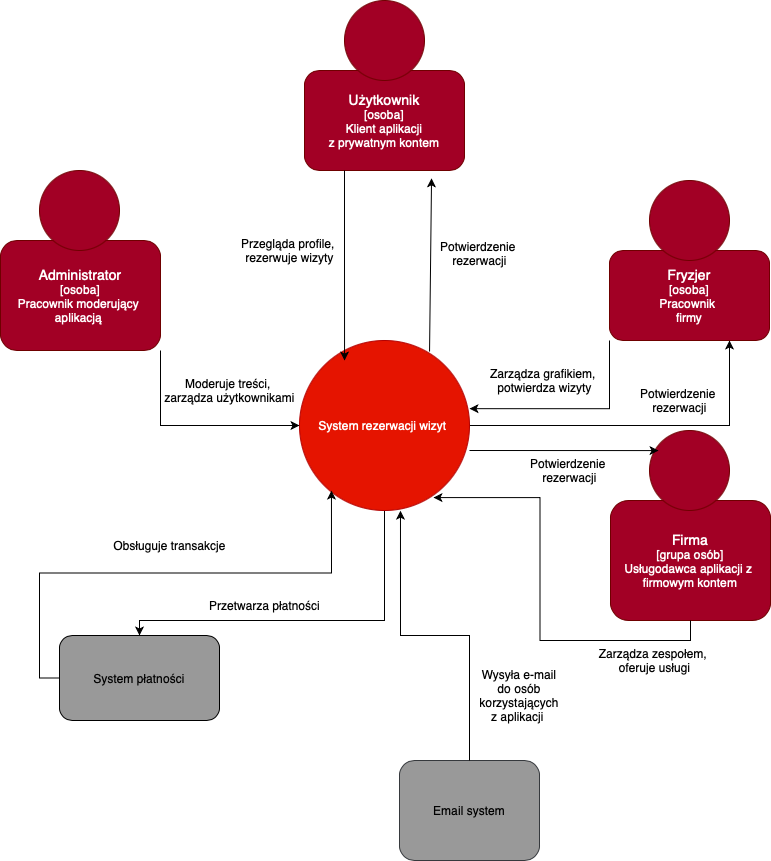
Before: Diagramy/ContextDiagram.png, a diagram exported from draw.io (batushka11/IO). Source tidied: cells renumbered, new cells last; positions are measured from the earlier drawing's top-left corner, leaving out a move shared by most shapes.
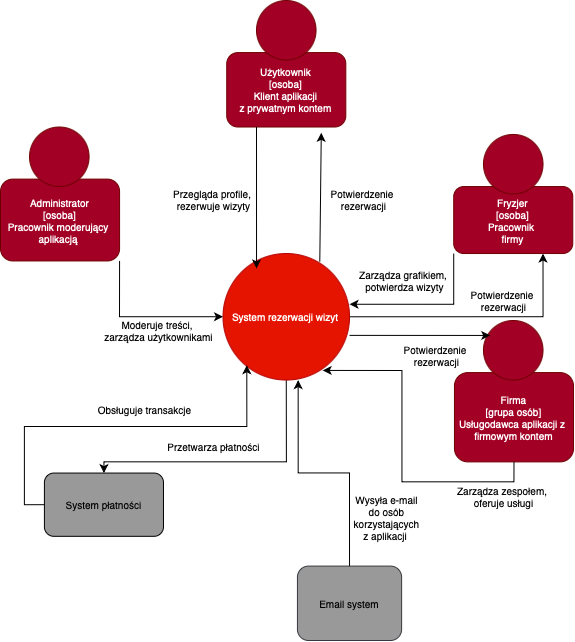
The same file after the commit.

What changed in the source:
```diff
@@ -2,104 +2,107 @@
   <root>
     <mxCell id="0" />
     <mxCell id="1" parent="0" />
+    <mxCell id="33" style="group;fontSize=10;" parent="1" vertex="1">
+      <mxGeometry x="302" y="50" width="573" height="640" as="geometry" />
+    </mxCell>
-    <mxCell id="2" style="edgeStyle=orthogonalEdgeStyle;rounded=0;jettySize=auto;html=1;exitX=1;exitY=0.5;exitDx=0;exitDy=0;entryX=0.75;entryY=1;entryDx=0;entryDy=0;" parent="1" edge="1" source="4" target="7">
+    <mxCell id="2" style="edgeStyle=orthogonalEdgeStyle;rounded=0;jettySize=auto;html=1;exitX=1;exitY=0.5;exitDx=0;exitDy=0;entryX=0.75;entryY=1;entryDx=0;entryDy=0;fontSize=10;" parent="33" edge="1" source="4" target="7">
       <mxGeometry relative="1" as="geometry" />
     </mxCell>
-    <mxCell id="3" style="edgeStyle=orthogonalEdgeStyle;rounded=0;jettySize=auto;html=1;exitX=0.5;exitY=1;exitDx=0;exitDy=0;" parent="1" edge="1" source="4" target="5">
+    <mxCell id="3" style="edgeStyle=orthogonalEdgeStyle;rounded=0;jettySize=auto;html=1;exitX=0.5;exitY=1;exitDx=0;exitDy=0;fontSize=10;" parent="33" edge="1" source="4" target="5">
       <mxGeometry relative="1" as="geometry">
         <Array as="points">
-          <mxPoint x="384" y="620" />
-          <mxPoint x="139" y="620" />
+          <mxPoint x="285.8" y="461.4" />
+          <mxPoint x="103.4" y="461.4" />
         </Array>
       </mxGeometry>
     </mxCell>
-    <mxCell id="4" value="System rezerwacji wizyt&amp;nbsp;" style="ellipse;whiteSpace=wrap;html=1;fillColor=#e51400;strokeColor=#B20000;fontColor=#ffffff;" parent="1" vertex="1">
-      <mxGeometry x="299" y="340" width="170" height="170" as="geometry" />
+    <mxCell id="4" value="System rezerwacji wizyt&amp;nbsp;" style="ellipse;whiteSpace=wrap;html=1;fillColor=#e51400;strokeColor=#B20000;fontColor=#ffffff;fontSize=10;" parent="33" vertex="1">
+      <mxGeometry x="222.5" y="253" width="126.5" height="126.5" as="geometry" />
     </mxCell>
-    <mxCell id="5" value="System płatności" style="rounded=1;whiteSpace=wrap;html=1;fillColor=#999999;" parent="1" vertex="1">
-      <mxGeometry x="59" y="635" width="160" height="85" as="geometry" />
+    <mxCell id="5" value="System płatności" style="rounded=1;whiteSpace=wrap;html=1;fillColor=#999999;fontSize=10;" parent="33" vertex="1">
+      <mxGeometry x="43.9" y="472.6" width="119.1" height="63.3" as="geometry" />
     </mxCell>
-    <mxCell id="6" value="&lt;font style=&quot;font-size: 14px;&quot;&gt;Firma&lt;/font&gt;&lt;div&gt;[grupa osób]&lt;/div&gt;&lt;div&gt;Usługodawca aplikacji z&amp;nbsp;&lt;/div&gt;&lt;div&gt;firmowym kontem&lt;/div&gt;" style="rounded=1;whiteSpace=wrap;html=1;fillColor=#a20025;fontColor=#ffffff;strokeColor=#6F0000;" parent="1" vertex="1">
-      <mxGeometry x="610" y="500" width="160" height="120" as="geometry" />
+    <mxCell id="6" value="&lt;font&gt;Firma&lt;/font&gt;&lt;div&gt;[grupa osób]&lt;/div&gt;&lt;div&gt;Usługodawca aplikacji z&amp;nbsp;&lt;/div&gt;&lt;div&gt;firmowym kontem&lt;/div&gt;" style="rounded=1;whiteSpace=wrap;html=1;fillColor=#a20025;fontColor=#ffffff;strokeColor=#6F0000;fontSize=10;" parent="33" vertex="1">
+      <mxGeometry x="454" y="372.1" width="119.1" height="89.3" as="geometry" />
     </mxCell>
-    <mxCell id="7" value="&lt;font style=&quot;font-size: 14px;&quot;&gt;Fryzjer&lt;/font&gt;&lt;div&gt;[osoba]&lt;/div&gt;&lt;div&gt;Pracownik&amp;nbsp;&lt;/div&gt;&lt;div&gt;firmy&lt;/div&gt;" style="rounded=1;whiteSpace=wrap;html=1;fillColor=#a20025;fontColor=#ffffff;strokeColor=#6F0000;" parent="1" vertex="1">
-      <mxGeometry x="609" y="250" width="160" height="90" as="geometry" />
+    <mxCell id="7" value="&lt;font&gt;Fryzjer&lt;/font&gt;&lt;div&gt;[osoba]&lt;/div&gt;&lt;div&gt;Pracownik&amp;nbsp;&lt;/div&gt;&lt;div&gt;firmy&lt;/div&gt;" style="rounded=1;whiteSpace=wrap;html=1;fillColor=#a20025;fontColor=#ffffff;strokeColor=#6F0000;fontSize=10;" parent="33" vertex="1">
+      <mxGeometry x="453.2" y="186" width="119.1" height="67" as="geometry" />
     </mxCell>
-    <mxCell id="8" style="edgeStyle=orthogonalEdgeStyle;rounded=0;jettySize=auto;html=1;exitX=1;exitY=1;exitDx=0;exitDy=0;" parent="1" edge="1" source="9" target="4">
+    <mxCell id="8" style="edgeStyle=orthogonalEdgeStyle;rounded=0;jettySize=auto;html=1;exitX=1;exitY=1;exitDx=0;exitDy=0;fontSize=10;" parent="33" edge="1" source="9" target="4">
       <mxGeometry relative="1" as="geometry" />
     </mxCell>
-    <mxCell id="9" value="&lt;font style=&quot;font-size: 14px;&quot;&gt;Administrator&lt;/font&gt;&lt;div&gt;[osoba]&lt;/div&gt;&lt;div&gt;Pracownik moderujący&amp;nbsp;&lt;/div&gt;&lt;div&gt;aplikacją&amp;nbsp;&lt;/div&gt;" style="rounded=1;whiteSpace=wrap;html=1;fillColor=#a20025;fontColor=#ffffff;strokeColor=#6F0000;" parent="1" vertex="1">
-      <mxGeometry y="240" width="160" height="110" as="geometry" />
+    <mxCell id="9" value="&lt;font&gt;Administrator&lt;/font&gt;&lt;div&gt;[osoba]&lt;/div&gt;&lt;div&gt;Pracownik moderujący&amp;nbsp;&lt;/div&gt;&lt;div&gt;aplikacją&amp;nbsp;&lt;/div&gt;" style="rounded=1;whiteSpace=wrap;html=1;fillColor=#a20025;fontColor=#ffffff;strokeColor=#6F0000;fontSize=10;" parent="33" vertex="1">
+      <mxGeometry y="178.6" width="119.1" height="81.9" as="geometry" />
     </mxCell>
-    <mxCell id="10" value="&lt;font style=&quot;font-size: 14px;&quot;&gt;Użytkownik&lt;/font&gt;&lt;div&gt;[osoba]&lt;/div&gt;&lt;div&gt;Klient aplikacji&lt;/div&gt;&lt;div&gt;z prywatnym kontem&lt;/div&gt;" style="rounded=1;whiteSpace=wrap;html=1;fillColor=#a20025;fontColor=#ffffff;strokeColor=#6F0000;" parent="1" vertex="1">
-      <mxGeometry x="304" y="70" width="160" height="100" as="geometry" />
+    <mxCell id="10" value="&lt;font&gt;Użytkownik&lt;/font&gt;&lt;div&gt;[osoba]&lt;/div&gt;&lt;div&gt;Klient aplikacji&lt;/div&gt;&lt;div&gt;z prywatnym kontem&lt;/div&gt;" style="rounded=1;whiteSpace=wrap;html=1;fillColor=#a20025;fontColor=#ffffff;strokeColor=#6F0000;fontSize=10;" parent="33" vertex="1">
+      <mxGeometry x="226.2" y="52.1" width="119.1" height="74.4" as="geometry" />
     </mxCell>
-    <mxCell id="11" style="edgeStyle=orthogonalEdgeStyle;rounded=0;jettySize=auto;html=1;exitX=0.25;exitY=1;exitDx=0;exitDy=0;entryX=0.265;entryY=0.118;entryDx=0;entryDy=0;entryPerimeter=0;" parent="1" edge="1" source="10" target="4">
+    <mxCell id="11" style="edgeStyle=orthogonalEdgeStyle;rounded=0;jettySize=auto;html=1;exitX=0.25;exitY=1;exitDx=0;exitDy=0;entryX=0.265;entryY=0.118;entryDx=0;entryDy=0;entryPerimeter=0;fontSize=10;" parent="33" edge="1" source="10" target="4">
       <mxGeometry relative="1" as="geometry" />
     </mxCell>
-    <mxCell id="12" style="endArrow=classic;html=1;rounded=0;entryX=0.794;entryY=1.078;entryDx=0;entryDy=0;exitX=0.765;exitY=0.065;exitDx=0;exitDy=0;exitPerimeter=0;entryPerimeter=0;" parent="1" edge="1" source="4" target="10">
+    <mxCell id="12" style="endArrow=classic;html=1;rounded=0;entryX=0.794;entryY=1.078;entryDx=0;entryDy=0;exitX=0.765;exitY=0.065;exitDx=0;exitDy=0;exitPerimeter=0;entryPerimeter=0;fontSize=10;" parent="33" edge="1" source="4" target="10">
       <mxGeometry relative="1" as="geometry" />
     </mxCell>
-    <mxCell id="13" style="edgeStyle=orthogonalEdgeStyle;rounded=0;jettySize=auto;html=1;exitX=0;exitY=1;exitDx=0;exitDy=0;entryX=1;entryY=0.401;entryDx=0;entryDy=0;entryPerimeter=0;" parent="1" edge="1" source="7" target="4">
+    <mxCell id="13" style="edgeStyle=orthogonalEdgeStyle;rounded=0;jettySize=auto;html=1;exitX=0;exitY=1;exitDx=0;exitDy=0;entryX=1;entryY=0.401;entryDx=0;entryDy=0;entryPerimeter=0;fontSize=10;" parent="33" edge="1" source="7" target="4">
       <mxGeometry relative="1" as="geometry" />
     </mxCell>
-    <mxCell id="14" style="edgeStyle=orthogonalEdgeStyle;rounded=0;jettySize=auto;html=1;exitX=0.5;exitY=1;exitDx=0;exitDy=0;entryX=0.788;entryY=0.924;entryDx=0;entryDy=0;entryPerimeter=0;" parent="1" edge="1" source="6" target="4">
+    <mxCell id="14" style="edgeStyle=orthogonalEdgeStyle;rounded=0;jettySize=auto;html=1;exitX=0.5;exitY=1;exitDx=0;exitDy=0;entryX=0.788;entryY=0.924;entryDx=0;entryDy=0;entryPerimeter=0;fontSize=10;" parent="33" edge="1" source="6" target="4">
       <mxGeometry relative="1" as="geometry" />
     </mxCell>
-    <mxCell id="15" style="edgeStyle=orthogonalEdgeStyle;rounded=0;jettySize=auto;html=1;exitX=0;exitY=0.5;exitDx=0;exitDy=0;entryX=0.188;entryY=0.883;entryDx=0;entryDy=0;entryPerimeter=0;" parent="1" edge="1" source="5" target="4">
+    <mxCell id="15" style="edgeStyle=orthogonalEdgeStyle;rounded=0;jettySize=auto;html=1;exitX=0;exitY=0.5;exitDx=0;exitDy=0;entryX=0.188;entryY=0.883;entryDx=0;entryDy=0;entryPerimeter=0;fontSize=10;" parent="33" edge="1" source="5" target="4">
       <mxGeometry relative="1" as="geometry" />
     </mxCell>
-    <mxCell id="16" value="Przegląda profile,&amp;nbsp;&lt;div&gt;rezerwuje wizyty&lt;/div&gt;" style="text;html=1;align=center;verticalAlign=middle;strokeColor=none;fillColor=none;" parent="1" vertex="1">
-      <mxGeometry x="229" y="230" width="120" height="40" as="geometry" />
+    <mxCell id="16" value="Przegląda profile,&amp;nbsp;&lt;div&gt;rezerwuje wizyty&lt;/div&gt;" style="text;html=1;align=center;verticalAlign=middle;strokeColor=none;fillColor=none;fontSize=10;" parent="33" vertex="1">
+      <mxGeometry x="163" y="178.6" width="100" height="40" as="geometry" />
     </mxCell>
-    <mxCell id="17" value="Potwierdzenie&amp;nbsp;&lt;div&gt;rezerwacji&lt;/div&gt;" style="text;html=1;align=center;verticalAlign=middle;strokeColor=none;fillColor=none;" parent="1" vertex="1">
-      <mxGeometry x="429" y="233" width="100" height="40" as="geometry" />
+    <mxCell id="17" value="Potwierdzenie&amp;nbsp;&lt;div&gt;rezerwacji&lt;/div&gt;" style="text;html=1;align=center;verticalAlign=middle;strokeColor=none;fillColor=none;fontSize=10;" parent="33" vertex="1">
+      <mxGeometry x="318" y="178.6" width="90" height="40" as="geometry" />
     </mxCell>
-    <mxCell id="18" value="Zarządza grafikiem,&amp;nbsp;&lt;div&gt;potwierdza wizyty&lt;/div&gt;" style="text;html=1;align=center;verticalAlign=middle;strokeColor=none;fillColor=none;" parent="1" vertex="1">
-      <mxGeometry x="479" y="360" width="130" height="40" as="geometry" />
+    <mxCell id="18" value="Zarządza grafikiem,&amp;nbsp;&lt;div&gt;potwierdza wizyty&lt;/div&gt;" style="text;html=1;align=center;verticalAlign=middle;strokeColor=none;fillColor=none;fontSize=10;" parent="33" vertex="1">
+      <mxGeometry x="349" y="260.5" width="110" height="40" as="geometry" />
     </mxCell>
-    <mxCell id="19" value="Potwierdzenie&amp;nbsp;&lt;div&gt;rezerwacji&lt;/div&gt;" style="text;html=1;align=center;verticalAlign=middle;strokeColor=none;fillColor=none;" parent="1" vertex="1">
-      <mxGeometry x="629" y="380" width="100" height="40" as="geometry" />
+    <mxCell id="19" value="Potwierdzenie&amp;nbsp;&lt;div&gt;rezerwacji&lt;/div&gt;" style="text;html=1;align=center;verticalAlign=middle;strokeColor=none;fillColor=none;fontSize=10;" parent="33" vertex="1">
+      <mxGeometry x="458.3" y="280" width="90" height="40" as="geometry" />
     </mxCell>
-    <mxCell id="20" value="Zarządza zespołem,&amp;nbsp;&lt;div&gt;oferuje usługi&lt;/div&gt;" style="text;html=1;align=center;verticalAlign=middle;strokeColor=none;fillColor=none;" parent="1" vertex="1">
-      <mxGeometry x="589" y="640" width="130" height="40" as="geometry" />
+    <mxCell id="20" value="Zarządza zespołem,&amp;nbsp;&lt;div&gt;oferuje usługi&lt;/div&gt;" style="text;html=1;align=center;verticalAlign=middle;strokeColor=none;fillColor=none;fontSize=10;" parent="33" vertex="1">
+      <mxGeometry x="443.3" y="476.3" width="120" height="40" as="geometry" />
     </mxCell>
-    <mxCell id="21" value="Potwierdzenie&amp;nbsp;&lt;div&gt;rezerwacji&lt;/div&gt;" style="text;html=1;align=center;verticalAlign=middle;strokeColor=none;fillColor=none;" parent="1" vertex="1">
-      <mxGeometry x="519" y="450" width="100" height="40" as="geometry" />
+    <mxCell id="21" value="Potwierdzenie&amp;nbsp;&lt;div&gt;rezerwacji&lt;/div&gt;" style="text;html=1;align=center;verticalAlign=middle;strokeColor=none;fillColor=none;fontSize=10;" parent="33" vertex="1">
+      <mxGeometry x="391.2" y="334.9" width="90" height="40" as="geometry" />
     </mxCell>
-    <mxCell id="22" value="Moderuje treści,&amp;nbsp;&lt;div&gt;zarządza użytkownikami&lt;/div&gt;" style="text;html=1;align=center;verticalAlign=middle;strokeColor=none;fillColor=none;" parent="1" vertex="1">
-      <mxGeometry x="154" y="370" width="150" height="40" as="geometry" />
+    <mxCell id="22" value="Moderuje treści,&amp;nbsp;&lt;div&gt;zarządza użytkownikami&lt;/div&gt;" style="text;html=1;align=center;verticalAlign=middle;strokeColor=none;fillColor=none;fontSize=10;" parent="33" vertex="1">
+      <mxGeometry x="92.5" y="310" width="130" height="40" as="geometry" />
     </mxCell>
-    <mxCell id="23" value="Przetwarza płatności" style="text;html=1;align=center;verticalAlign=middle;strokeColor=none;fillColor=none;" parent="1" vertex="1">
-      <mxGeometry x="199" y="590" width="130" height="30" as="geometry" />
+    <mxCell id="23" value="Przetwarza płatności" style="text;html=1;align=center;verticalAlign=middle;strokeColor=none;fillColor=none;fontSize=10;" parent="33" vertex="1">
+      <mxGeometry x="153.1" y="431.4" width="120" height="30" as="geometry" />
     </mxCell>
-    <mxCell id="24" value="Obsługuje transakcje" style="text;html=1;align=center;verticalAlign=middle;strokeColor=none;fillColor=none;" parent="1" vertex="1">
-      <mxGeometry x="99" y="530" width="140" height="30" as="geometry" />
+    <mxCell id="24" value="Obsługuje transakcje" style="text;html=1;align=center;verticalAlign=middle;strokeColor=none;fillColor=none;fontSize=10;" parent="33" vertex="1">
+      <mxGeometry x="83.7" y="394.4" width="120" height="30" as="geometry" />
     </mxCell>
-    <mxCell id="25" style="ellipse;whiteSpace=wrap;html=1;fillColor=#a20025;fontColor=#ffffff;strokeColor=#6F0000;" parent="1" vertex="1">
-      <mxGeometry x="344" width="80" height="80" as="geometry" />
+    <mxCell id="25" style="ellipse;whiteSpace=wrap;html=1;fillColor=#a20025;fontColor=#ffffff;strokeColor=#6F0000;fontSize=10;" parent="33" vertex="1">
+      <mxGeometry x="256" width="59.5" height="59.5" as="geometry" />
     </mxCell>
-    <mxCell id="26" style="ellipse;whiteSpace=wrap;html=1;fillColor=#a20025;fontColor=#ffffff;strokeColor=#6F0000;" parent="1" vertex="1">
-      <mxGeometry x="649" y="180" width="80" height="80" as="geometry" />
+    <mxCell id="26" style="ellipse;whiteSpace=wrap;html=1;fillColor=#a20025;fontColor=#ffffff;strokeColor=#6F0000;fontSize=10;" parent="33" vertex="1">
+      <mxGeometry x="483" y="134" width="59.5" height="59.5" as="geometry" />
     </mxCell>
-    <mxCell id="27" value="Email system" style="rounded=1;whiteSpace=wrap;html=1;fillColor=#999999;strokeColor=#36393d;" parent="1" vertex="1">
-      <mxGeometry x="399" y="760" width="140" height="100" as="geometry" />
+    <mxCell id="27" value="Email system" style="rounded=1;whiteSpace=wrap;html=1;fillColor=#999999;strokeColor=#36393d;fontSize=10;" parent="33" vertex="1">
+      <mxGeometry x="296.9" y="565.6" width="104.2" height="74.4" as="geometry" />
     </mxCell>
-    <mxCell id="28" style="edgeStyle=orthogonalEdgeStyle;rounded=0;jettySize=auto;html=1;exitX=0.5;exitY=0;exitDx=0;exitDy=0;entryX=0.594;entryY=1.001;entryDx=0;entryDy=0;entryPerimeter=0;" parent="1" edge="1" source="27" target="4">
+    <mxCell id="28" style="edgeStyle=orthogonalEdgeStyle;rounded=0;jettySize=auto;html=1;exitX=0.5;exitY=0;exitDx=0;exitDy=0;entryX=0.594;entryY=1.001;entryDx=0;entryDy=0;entryPerimeter=0;fontSize=10;" parent="33" edge="1" source="27" target="4">
       <mxGeometry relative="1" as="geometry" />
     </mxCell>
-    <mxCell id="29" value="Wysyła e-mail do osób korzystających z aplikacji&amp;nbsp;" style="text;html=1;align=center;verticalAlign=middle;whiteSpace=wrap;rounded=0;" parent="1" vertex="1">
-      <mxGeometry x="489" y="680" width="60" height="30" as="geometry" />
+    <mxCell id="29" value="Wysyła e-mail do osób korzystających z aplikacji&amp;nbsp;" style="text;html=1;align=center;verticalAlign=middle;whiteSpace=wrap;rounded=0;fontSize=10;" parent="33" vertex="1">
+      <mxGeometry x="363.9" y="506" width="44.7" height="22.3" as="geometry" />
     </mxCell>
-    <mxCell id="30" style="ellipse;whiteSpace=wrap;html=1;fillColor=#a20025;fontColor=#ffffff;strokeColor=#6F0000;" parent="1" vertex="1">
-      <mxGeometry x="39" y="170" width="80" height="80" as="geometry" />
+    <mxCell id="30" style="ellipse;whiteSpace=wrap;html=1;fillColor=#a20025;fontColor=#ffffff;strokeColor=#6F0000;fontSize=10;" parent="33" vertex="1">
+      <mxGeometry x="29" y="126.5" width="59.5" height="59.5" as="geometry" />
     </mxCell>
-    <mxCell id="31" style="ellipse;whiteSpace=wrap;html=1;fillColor=#a20025;fontColor=#ffffff;strokeColor=#6F0000;" parent="1" vertex="1">
-      <mxGeometry x="649" y="430" width="80" height="80" as="geometry" />
+    <mxCell id="31" style="ellipse;whiteSpace=wrap;html=1;fillColor=#a20025;fontColor=#ffffff;strokeColor=#6F0000;fontSize=10;" parent="33" vertex="1">
+      <mxGeometry x="483" y="320" width="59.5" height="59.5" as="geometry" />
     </mxCell>
-    <mxCell id="32" style="endArrow=classic;html=1;rounded=0;entryX=0.113;entryY=0.251;entryDx=0;entryDy=0;entryPerimeter=0;" parent="1" edge="1" target="31">
+    <mxCell id="32" style="endArrow=classic;html=1;rounded=0;entryX=0.113;entryY=0.251;entryDx=0;entryDy=0;entryPerimeter=0;fontSize=10;" parent="33" edge="1" target="31">
       <mxGeometry relative="1" as="geometry">
-        <mxPoint x="469" y="450" as="sourcePoint" />
+        <mxPoint x="349" y="334.9" as="sourcePoint" />
       </mxGeometry>
     </mxCell>
   </root>
```
